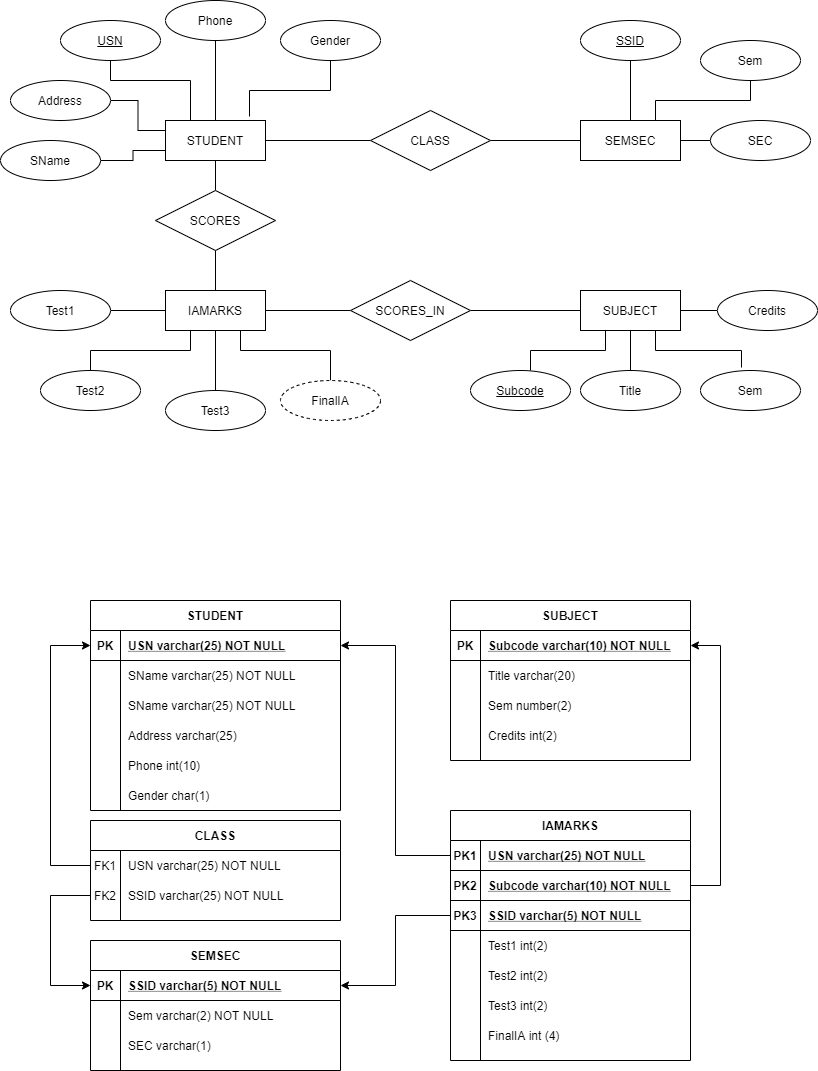
The draw.io diagram CollageDatabase.png in akshit4/ER-Diagram, before a commit. Source tidied: cells renumbered, new cells last; positions are measured from the earlier drawing's top-left corner, leaving out a move shared by most shapes.
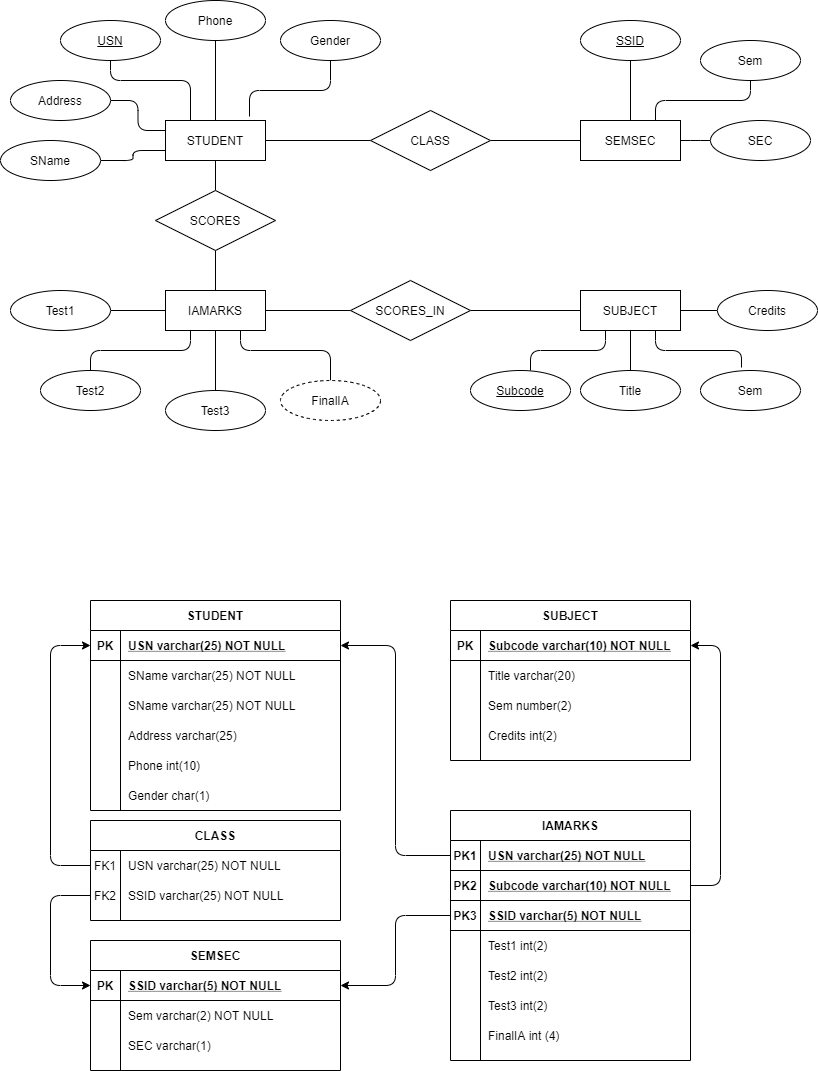
Later version of the same file.

What changed in the source:
```diff
@@ -110,7 +110,7 @@
     <mxCell id="37" value="Gender char(1)" style="shape=partialRectangle;overflow=hidden;fillColor=none;top=0;left=0;bottom=0;right=0;align=left;spacingLeft=6;" parent="35" vertex="1">
       <mxGeometry x="30" width="220" height="30" as="geometry" />
     </mxCell>
-    <mxCell id="38" style="edgeStyle=orthogonalEdgeStyle;rounded=0;jettySize=auto;html=1;entryX=0;entryY=0.5;entryDx=0;entryDy=0;" parent="1" edge="1" source="13" target="20">
+    <mxCell id="38" style="edgeStyle=orthogonalEdgeStyle;jettySize=auto;html=1;entryX=0;entryY=0.5;entryDx=0;entryDy=0;" parent="1" edge="1" source="13" target="20">
       <mxGeometry relative="1" as="geometry">
         <Array as="points">
           <mxPoint x="50" y="865" />
@@ -118,7 +118,7 @@
         </Array>
       </mxGeometry>
     </mxCell>
-    <mxCell id="39" style="edgeStyle=orthogonalEdgeStyle;rounded=0;jettySize=auto;html=1;exitX=0;exitY=0.5;exitDx=0;exitDy=0;entryX=0;entryY=0.5;entryDx=0;entryDy=0;" parent="1" edge="1" source="16" target="3">
+    <mxCell id="39" style="edgeStyle=orthogonalEdgeStyle;jettySize=auto;html=1;exitX=0;exitY=0.5;exitDx=0;exitDy=0;entryX=0;entryY=0.5;entryDx=0;entryDy=0;" parent="1" edge="1" source="16" target="3">
       <mxGeometry relative="1" as="geometry">
         <Array as="points">
           <mxPoint x="50" y="895" />
@@ -231,10 +231,10 @@
     <mxCell id="74" value="FinalIA int (4)" style="shape=partialRectangle;fillColor=none;top=0;left=0;bottom=0;right=0;align=left;spacingLeft=6;overflow=hidden;" parent="72" vertex="1">
       <mxGeometry x="30" width="210" height="30" as="geometry" />
     </mxCell>
-    <mxCell id="75" style="edgeStyle=orthogonalEdgeStyle;rounded=0;jettySize=auto;html=1;exitX=0;exitY=0.5;exitDx=0;exitDy=0;entryX=1;entryY=0.5;entryDx=0;entryDy=0;" parent="1" edge="1" source="54" target="20">
+    <mxCell id="75" style="edgeStyle=orthogonalEdgeStyle;jettySize=auto;html=1;exitX=0;exitY=0.5;exitDx=0;exitDy=0;entryX=1;entryY=0.5;entryDx=0;entryDy=0;" parent="1" edge="1" source="54" target="20">
       <mxGeometry relative="1" as="geometry" />
     </mxCell>
-    <mxCell id="76" style="edgeStyle=orthogonalEdgeStyle;rounded=0;jettySize=auto;html=1;exitX=1;exitY=0.5;exitDx=0;exitDy=0;entryX=1;entryY=0.5;entryDx=0;entryDy=0;" parent="1" edge="1" source="57" target="41">
+    <mxCell id="76" style="edgeStyle=orthogonalEdgeStyle;jettySize=auto;html=1;exitX=1;exitY=0.5;exitDx=0;exitDy=0;entryX=1;entryY=0.5;entryDx=0;entryDy=0;" parent="1" edge="1" source="57" target="41">
       <mxGeometry relative="1" as="geometry">
         <Array as="points">
           <mxPoint x="720" y="885" />
@@ -242,28 +242,28 @@
         </Array>
       </mxGeometry>
     </mxCell>
-    <mxCell id="77" style="edgeStyle=orthogonalEdgeStyle;rounded=0;jettySize=auto;html=1;exitX=0;exitY=0.5;exitDx=0;exitDy=0;" parent="1" edge="1" source="60" target="3">
+    <mxCell id="77" style="edgeStyle=orthogonalEdgeStyle;jettySize=auto;html=1;exitX=0;exitY=0.5;exitDx=0;exitDy=0;" parent="1" edge="1" source="60" target="3">
       <mxGeometry relative="1" as="geometry" />
     </mxCell>
-    <mxCell id="78" style="edgeStyle=orthogonalEdgeStyle;jettySize=auto;html=1;exitX=0;exitY=0.75;exitDx=0;exitDy=0;rounded=0;startArrow=none;startFill=0;endArrow=none;endFill=0;" parent="1" edge="1" source="81" target="102">
+    <mxCell id="78" style="edgeStyle=orthogonalEdgeStyle;jettySize=auto;html=1;exitX=0;exitY=0.75;exitDx=0;exitDy=0;startArrow=none;startFill=0;endArrow=none;endFill=0;" parent="1" edge="1" source="81" target="102">
       <mxGeometry relative="1" as="geometry" />
     </mxCell>
-    <mxCell id="79" style="edgeStyle=orthogonalEdgeStyle;rounded=0;jettySize=auto;html=1;exitX=1;exitY=0.5;exitDx=0;exitDy=0;startArrow=none;startFill=0;endArrow=none;endFill=0;" parent="1" edge="1" source="81" target="109">
+    <mxCell id="79" style="edgeStyle=orthogonalEdgeStyle;jettySize=auto;html=1;exitX=1;exitY=0.5;exitDx=0;exitDy=0;startArrow=none;startFill=0;endArrow=none;endFill=0;" parent="1" edge="1" source="81" target="109">
       <mxGeometry relative="1" as="geometry" />
     </mxCell>
-    <mxCell id="80" style="edgeStyle=orthogonalEdgeStyle;rounded=0;jettySize=auto;html=1;exitX=0.5;exitY=1;exitDx=0;exitDy=0;entryX=0.5;entryY=0;entryDx=0;entryDy=0;startArrow=none;startFill=0;endArrow=none;endFill=0;" parent="1" edge="1" source="81" target="120">
+    <mxCell id="80" style="edgeStyle=orthogonalEdgeStyle;jettySize=auto;html=1;exitX=0.5;exitY=1;exitDx=0;exitDy=0;entryX=0.5;entryY=0;entryDx=0;entryDy=0;startArrow=none;startFill=0;endArrow=none;endFill=0;" parent="1" edge="1" source="81" target="120">
       <mxGeometry relative="1" as="geometry" />
     </mxCell>
     <mxCell id="81" value="STUDENT" style="whiteSpace=wrap;html=1;align=center;" parent="1" vertex="1">
       <mxGeometry x="165" y="120" width="100" height="40" as="geometry" />
     </mxCell>
-    <mxCell id="82" style="edgeStyle=orthogonalEdgeStyle;rounded=0;jettySize=auto;html=1;exitX=0.25;exitY=1;exitDx=0;exitDy=0;entryX=0.5;entryY=0;entryDx=0;entryDy=0;startArrow=none;startFill=0;endArrow=none;endFill=0;" parent="1" edge="1" source="86" target="112">
+    <mxCell id="82" style="edgeStyle=orthogonalEdgeStyle;jettySize=auto;html=1;exitX=0.25;exitY=1;exitDx=0;exitDy=0;entryX=0.5;entryY=0;entryDx=0;entryDy=0;startArrow=none;startFill=0;endArrow=none;endFill=0;" parent="1" edge="1" source="86" target="112">
       <mxGeometry relative="1" as="geometry" />
     </mxCell>
-    <mxCell id="83" style="edgeStyle=orthogonalEdgeStyle;rounded=0;jettySize=auto;html=1;exitX=0.5;exitY=1;exitDx=0;exitDy=0;startArrow=none;startFill=0;endArrow=none;endFill=0;" parent="1" edge="1" source="86" target="113">
+    <mxCell id="83" style="edgeStyle=orthogonalEdgeStyle;jettySize=auto;html=1;exitX=0.5;exitY=1;exitDx=0;exitDy=0;startArrow=none;startFill=0;endArrow=none;endFill=0;" parent="1" edge="1" source="86" target="113">
       <mxGeometry relative="1" as="geometry" />
     </mxCell>
-    <mxCell id="84" style="edgeStyle=orthogonalEdgeStyle;rounded=0;jettySize=auto;html=1;exitX=0.75;exitY=1;exitDx=0;exitDy=0;entryX=0.5;entryY=0;entryDx=0;entryDy=0;startArrow=none;startFill=0;endArrow=none;endFill=0;" parent="1" edge="1" source="86" target="118">
+    <mxCell id="84" style="edgeStyle=orthogonalEdgeStyle;jettySize=auto;html=1;exitX=0.75;exitY=1;exitDx=0;exitDy=0;entryX=0.5;entryY=0;entryDx=0;entryDy=0;startArrow=none;startFill=0;endArrow=none;endFill=0;" parent="1" edge="1" source="86" target="118">
       <mxGeometry relative="1" as="geometry">
         <Array as="points">
           <mxPoint x="240" y="350" />
@@ -271,40 +271,40 @@
         </Array>
       </mxGeometry>
     </mxCell>
-    <mxCell id="85" style="edgeStyle=orthogonalEdgeStyle;rounded=0;jettySize=auto;html=1;exitX=1;exitY=0.5;exitDx=0;exitDy=0;entryX=0;entryY=0.5;entryDx=0;entryDy=0;startArrow=none;startFill=0;endArrow=none;endFill=0;" parent="1" edge="1" source="86" target="122">
+    <mxCell id="85" style="edgeStyle=orthogonalEdgeStyle;jettySize=auto;html=1;exitX=1;exitY=0.5;exitDx=0;exitDy=0;entryX=0;entryY=0.5;entryDx=0;entryDy=0;startArrow=none;startFill=0;endArrow=none;endFill=0;" parent="1" edge="1" source="86" target="122">
       <mxGeometry relative="1" as="geometry" />
     </mxCell>
     <mxCell id="86" value="IAMARKS" style="whiteSpace=wrap;html=1;align=center;" parent="1" vertex="1">
       <mxGeometry x="165" y="290" width="100" height="40" as="geometry" />
     </mxCell>
-    <mxCell id="87" style="edgeStyle=orthogonalEdgeStyle;rounded=0;jettySize=auto;html=1;exitX=1;exitY=0.5;exitDx=0;exitDy=0;startArrow=none;startFill=0;endArrow=none;endFill=0;" parent="1" edge="1" source="88" target="105">
+    <mxCell id="87" style="edgeStyle=orthogonalEdgeStyle;jettySize=auto;html=1;exitX=1;exitY=0.5;exitDx=0;exitDy=0;startArrow=none;startFill=0;endArrow=none;endFill=0;" parent="1" edge="1" source="88" target="105">
       <mxGeometry relative="1" as="geometry" />
     </mxCell>
     <mxCell id="88" value="SEMSEC" style="whiteSpace=wrap;html=1;align=center;" parent="1" vertex="1">
       <mxGeometry x="580" y="120" width="100" height="40" as="geometry" />
     </mxCell>
-    <mxCell id="89" style="edgeStyle=orthogonalEdgeStyle;rounded=0;jettySize=auto;html=1;exitX=0.5;exitY=1;exitDx=0;exitDy=0;entryX=0.5;entryY=0;entryDx=0;entryDy=0;startArrow=none;startFill=0;endArrow=none;endFill=0;" parent="1" edge="1" source="93" target="115">
+    <mxCell id="89" style="edgeStyle=orthogonalEdgeStyle;jettySize=auto;html=1;exitX=0.5;exitY=1;exitDx=0;exitDy=0;entryX=0.5;entryY=0;entryDx=0;entryDy=0;startArrow=none;startFill=0;endArrow=none;endFill=0;" parent="1" edge="1" source="93" target="115">
       <mxGeometry relative="1" as="geometry" />
     </mxCell>
-    <mxCell id="90" style="edgeStyle=orthogonalEdgeStyle;rounded=0;jettySize=auto;html=1;exitX=0.75;exitY=1;exitDx=0;exitDy=0;entryX=0.41;entryY=-0.075;entryDx=0;entryDy=0;entryPerimeter=0;startArrow=none;startFill=0;endArrow=none;endFill=0;" parent="1" edge="1" source="93" target="116">
+    <mxCell id="90" style="edgeStyle=orthogonalEdgeStyle;jettySize=auto;html=1;exitX=0.75;exitY=1;exitDx=0;exitDy=0;entryX=0.41;entryY=-0.075;entryDx=0;entryDy=0;entryPerimeter=0;startArrow=none;startFill=0;endArrow=none;endFill=0;" parent="1" edge="1" source="93" target="116">
       <mxGeometry relative="1" as="geometry" />
     </mxCell>
-    <mxCell id="91" style="edgeStyle=orthogonalEdgeStyle;rounded=0;jettySize=auto;html=1;exitX=0.25;exitY=1;exitDx=0;exitDy=0;entryX=0.6;entryY=0;entryDx=0;entryDy=0;entryPerimeter=0;startArrow=none;startFill=0;endArrow=none;endFill=0;" parent="1" edge="1" source="93" target="114">
+    <mxCell id="91" style="edgeStyle=orthogonalEdgeStyle;jettySize=auto;html=1;exitX=0.25;exitY=1;exitDx=0;exitDy=0;entryX=0.6;entryY=0;entryDx=0;entryDy=0;entryPerimeter=0;startArrow=none;startFill=0;endArrow=none;endFill=0;" parent="1" edge="1" source="93" target="114">
       <mxGeometry relative="1" as="geometry" />
     </mxCell>
-    <mxCell id="92" style="edgeStyle=orthogonalEdgeStyle;rounded=0;jettySize=auto;html=1;exitX=1;exitY=0.5;exitDx=0;exitDy=0;entryX=0;entryY=0.5;entryDx=0;entryDy=0;startArrow=none;startFill=0;endArrow=none;endFill=0;" parent="1" edge="1" source="93" target="117">
+    <mxCell id="92" style="edgeStyle=orthogonalEdgeStyle;jettySize=auto;html=1;exitX=1;exitY=0.5;exitDx=0;exitDy=0;entryX=0;entryY=0.5;entryDx=0;entryDy=0;startArrow=none;startFill=0;endArrow=none;endFill=0;" parent="1" edge="1" source="93" target="117">
       <mxGeometry relative="1" as="geometry" />
     </mxCell>
     <mxCell id="93" value="SUBJECT" style="whiteSpace=wrap;html=1;align=center;" parent="1" vertex="1">
       <mxGeometry x="580" y="290" width="100" height="40" as="geometry" />
     </mxCell>
-    <mxCell id="94" style="edgeStyle=orthogonalEdgeStyle;rounded=0;jettySize=auto;html=1;exitX=1;exitY=0.5;exitDx=0;exitDy=0;entryX=0;entryY=0.25;entryDx=0;entryDy=0;startArrow=none;startFill=0;endArrow=none;endFill=0;" parent="1" edge="1" source="95" target="81">
+    <mxCell id="94" style="edgeStyle=orthogonalEdgeStyle;jettySize=auto;html=1;exitX=1;exitY=0.5;exitDx=0;exitDy=0;entryX=0;entryY=0.25;entryDx=0;entryDy=0;startArrow=none;startFill=0;endArrow=none;endFill=0;" parent="1" edge="1" source="95" target="81">
       <mxGeometry relative="1" as="geometry" />
     </mxCell>
     <mxCell id="95" value="Address" style="ellipse;whiteSpace=wrap;html=1;align=center;" parent="1" vertex="1">
       <mxGeometry x="10" y="80" width="100" height="40" as="geometry" />
     </mxCell>
-    <mxCell id="96" style="edgeStyle=orthogonalEdgeStyle;rounded=0;jettySize=auto;html=1;exitX=0.5;exitY=1;exitDx=0;exitDy=0;entryX=0.25;entryY=0;entryDx=0;entryDy=0;startArrow=none;startFill=0;endArrow=none;endFill=0;" parent="1" edge="1" source="97" target="81">
+    <mxCell id="96" style="edgeStyle=orthogonalEdgeStyle;jettySize=auto;html=1;exitX=0.5;exitY=1;exitDx=0;exitDy=0;entryX=0.25;entryY=0;entryDx=0;entryDy=0;startArrow=none;startFill=0;endArrow=none;endFill=0;" parent="1" edge="1" source="97" target="81">
       <mxGeometry relative="1" as="geometry">
         <Array as="points">
           <mxPoint x="110" y="80" />
@@ -315,13 +315,13 @@
     <mxCell id="97" value="USN" style="ellipse;whiteSpace=wrap;html=1;align=center;fontStyle=4;" parent="1" vertex="1">
       <mxGeometry x="60" y="20" width="100" height="40" as="geometry" />
     </mxCell>
-    <mxCell id="98" style="edgeStyle=orthogonalEdgeStyle;rounded=0;jettySize=auto;html=1;exitX=0.5;exitY=1;exitDx=0;exitDy=0;startArrow=none;startFill=0;endArrow=none;endFill=0;entryX=0.5;entryY=0;entryDx=0;entryDy=0;" parent="1" edge="1" source="99" target="81">
+    <mxCell id="98" style="edgeStyle=orthogonalEdgeStyle;jettySize=auto;html=1;exitX=0.5;exitY=1;exitDx=0;exitDy=0;startArrow=none;startFill=0;endArrow=none;endFill=0;entryX=0.5;entryY=0;entryDx=0;entryDy=0;" parent="1" edge="1" source="99" target="81">
       <mxGeometry relative="1" as="geometry" />
     </mxCell>
     <mxCell id="99" value="Phone" style="ellipse;whiteSpace=wrap;html=1;align=center;" parent="1" vertex="1">
       <mxGeometry x="165" width="100" height="40" as="geometry" />
     </mxCell>
-    <mxCell id="100" style="edgeStyle=orthogonalEdgeStyle;rounded=0;jettySize=auto;html=1;exitX=0.5;exitY=1;exitDx=0;exitDy=0;entryX=0.5;entryY=0;entryDx=0;entryDy=0;startArrow=none;startFill=0;endArrow=none;endFill=0;" parent="1" edge="1" source="101" target="88">
+    <mxCell id="100" style="edgeStyle=orthogonalEdgeStyle;jettySize=auto;html=1;exitX=0.5;exitY=1;exitDx=0;exitDy=0;entryX=0.5;entryY=0;entryDx=0;entryDy=0;startArrow=none;startFill=0;endArrow=none;endFill=0;" parent="1" edge="1" source="101" target="88">
       <mxGeometry relative="1" as="geometry" />
     </mxCell>
     <mxCell id="101" value="SSID" style="ellipse;whiteSpace=wrap;html=1;align=center;fontStyle=4;" parent="1" vertex="1">
@@ -330,7 +330,7 @@
     <mxCell id="102" value="SName" style="ellipse;whiteSpace=wrap;html=1;align=center;" parent="1" vertex="1">
       <mxGeometry y="140" width="100" height="40" as="geometry" />
     </mxCell>
-    <mxCell id="103" style="edgeStyle=orthogonalEdgeStyle;rounded=0;jettySize=auto;html=1;exitX=0.5;exitY=1;exitDx=0;exitDy=0;entryX=0.84;entryY=-0.1;entryDx=0;entryDy=0;entryPerimeter=0;startArrow=none;startFill=0;endArrow=none;endFill=0;" parent="1" edge="1" source="104" target="81">
+    <mxCell id="103" style="edgeStyle=orthogonalEdgeStyle;jettySize=auto;html=1;exitX=0.5;exitY=1;exitDx=0;exitDy=0;entryX=0.84;entryY=-0.1;entryDx=0;entryDy=0;entryPerimeter=0;startArrow=none;startFill=0;endArrow=none;endFill=0;" parent="1" edge="1" source="104" target="81">
       <mxGeometry relative="1" as="geometry" />
     </mxCell>
     <mxCell id="104" value="Gender" style="ellipse;whiteSpace=wrap;html=1;align=center;" parent="1" vertex="1">
@@ -339,7 +339,7 @@
     <mxCell id="105" value="SEC" style="ellipse;whiteSpace=wrap;html=1;align=center;" parent="1" vertex="1">
       <mxGeometry x="710" y="120" width="100" height="40" as="geometry" />
     </mxCell>
-    <mxCell id="106" style="edgeStyle=orthogonalEdgeStyle;rounded=0;jettySize=auto;html=1;exitX=0.5;exitY=1;exitDx=0;exitDy=0;entryX=0.75;entryY=0;entryDx=0;entryDy=0;startArrow=none;startFill=0;endArrow=none;endFill=0;" parent="1" edge="1" source="107" target="88">
+    <mxCell id="106" style="edgeStyle=orthogonalEdgeStyle;jettySize=auto;html=1;exitX=0.5;exitY=1;exitDx=0;exitDy=0;entryX=0.75;entryY=0;entryDx=0;entryDy=0;startArrow=none;startFill=0;endArrow=none;endFill=0;" parent="1" edge="1" source="107" target="88">
       <mxGeometry relative="1" as="geometry">
         <Array as="points">
           <mxPoint x="750" y="100" />
@@ -350,13 +350,13 @@
     <mxCell id="107" value="Sem" style="ellipse;whiteSpace=wrap;html=1;align=center;" parent="1" vertex="1">
       <mxGeometry x="700" y="40" width="100" height="40" as="geometry" />
     </mxCell>
-    <mxCell id="108" style="edgeStyle=orthogonalEdgeStyle;rounded=0;jettySize=auto;html=1;exitX=1;exitY=0.5;exitDx=0;exitDy=0;entryX=0;entryY=0.5;entryDx=0;entryDy=0;startArrow=none;startFill=0;endArrow=none;endFill=0;" parent="1" edge="1" source="109" target="88">
+    <mxCell id="108" style="edgeStyle=orthogonalEdgeStyle;jettySize=auto;html=1;exitX=1;exitY=0.5;exitDx=0;exitDy=0;entryX=0;entryY=0.5;entryDx=0;entryDy=0;startArrow=none;startFill=0;endArrow=none;endFill=0;" parent="1" edge="1" source="109" target="88">
       <mxGeometry relative="1" as="geometry" />
     </mxCell>
     <mxCell id="109" value="CLASS" style="shape=rhombus;perimeter=rhombusPerimeter;whiteSpace=wrap;html=1;align=center;" parent="1" vertex="1">
       <mxGeometry x="370" y="110" width="120" height="60" as="geometry" />
     </mxCell>
-    <mxCell id="110" style="edgeStyle=orthogonalEdgeStyle;rounded=0;jettySize=auto;html=1;exitX=1;exitY=0.5;exitDx=0;exitDy=0;startArrow=none;startFill=0;endArrow=none;endFill=0;entryX=0;entryY=0.5;entryDx=0;entryDy=0;" parent="1" edge="1" source="111" target="86">
+    <mxCell id="110" style="edgeStyle=orthogonalEdgeStyle;jettySize=auto;html=1;exitX=1;exitY=0.5;exitDx=0;exitDy=0;startArrow=none;startFill=0;endArrow=none;endFill=0;entryX=0;entryY=0.5;entryDx=0;entryDy=0;" parent="1" edge="1" source="111" target="86">
       <mxGeometry relative="1" as="geometry" />
     </mxCell>
     <mxCell id="111" value="Test1" style="ellipse;whiteSpace=wrap;html=1;align=center;" parent="1" vertex="1">
@@ -383,13 +383,13 @@
     <mxCell id="118" value="FinalIA" style="ellipse;whiteSpace=wrap;html=1;align=center;dashed=1;" parent="1" vertex="1">
       <mxGeometry x="280" y="380" width="100" height="40" as="geometry" />
     </mxCell>
-    <mxCell id="119" style="edgeStyle=orthogonalEdgeStyle;rounded=0;jettySize=auto;html=1;exitX=0.5;exitY=1;exitDx=0;exitDy=0;entryX=0.5;entryY=0;entryDx=0;entryDy=0;startArrow=none;startFill=0;endArrow=none;endFill=0;" parent="1" edge="1" source="120" target="86">
+    <mxCell id="119" style="edgeStyle=orthogonalEdgeStyle;jettySize=auto;html=1;exitX=0.5;exitY=1;exitDx=0;exitDy=0;entryX=0.5;entryY=0;entryDx=0;entryDy=0;startArrow=none;startFill=0;endArrow=none;endFill=0;" parent="1" edge="1" source="120" target="86">
       <mxGeometry relative="1" as="geometry" />
     </mxCell>
     <mxCell id="120" value="SCORES" style="shape=rhombus;perimeter=rhombusPerimeter;whiteSpace=wrap;html=1;align=center;" parent="1" vertex="1">
       <mxGeometry x="155" y="190" width="120" height="60" as="geometry" />
     </mxCell>
-    <mxCell id="121" style="edgeStyle=orthogonalEdgeStyle;rounded=0;jettySize=auto;html=1;exitX=1;exitY=0.5;exitDx=0;exitDy=0;entryX=0;entryY=0.5;entryDx=0;entryDy=0;startArrow=none;startFill=0;endArrow=none;endFill=0;" parent="1" edge="1" source="122" target="93">
+    <mxCell id="121" style="edgeStyle=orthogonalEdgeStyle;jettySize=auto;html=1;exitX=1;exitY=0.5;exitDx=0;exitDy=0;entryX=0;entryY=0.5;entryDx=0;entryDy=0;startArrow=none;startFill=0;endArrow=none;endFill=0;" parent="1" edge="1" source="122" target="93">
       <mxGeometry relative="1" as="geometry" />
     </mxCell>
     <mxCell id="122" value="SCORES_IN" style="shape=rhombus;perimeter=rhombusPerimeter;whiteSpace=wrap;html=1;align=center;" parent="1" vertex="1">
```
